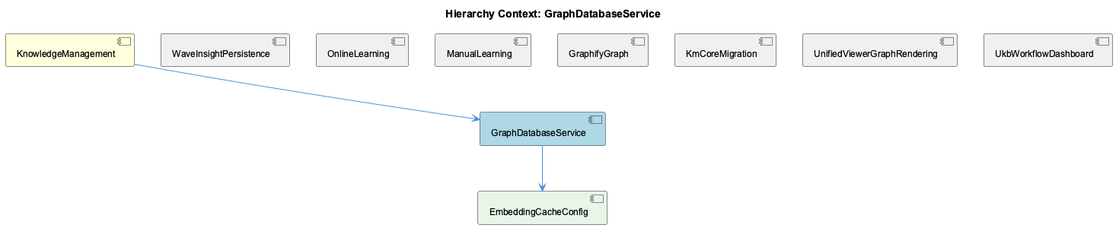
The PlantUML diagram knowledge-management/insights/images/graph-database-service-relationship.png in fwornle/coding, before a commit.
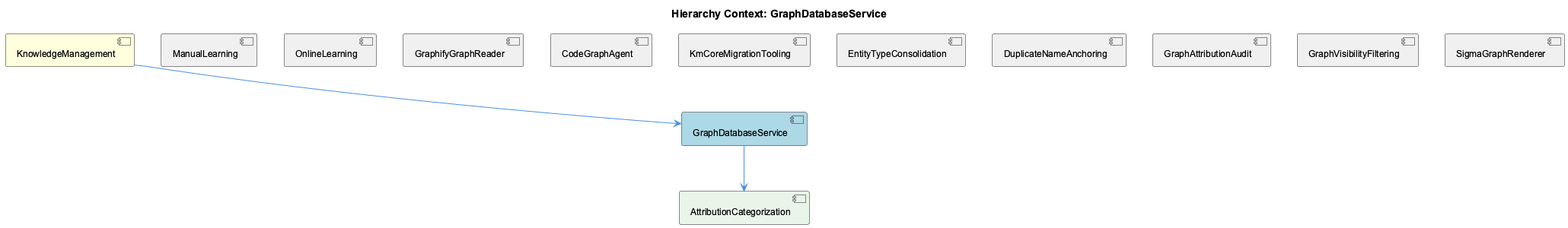
After the change.

Diff of the diagram source:
```diff
@@ -5,23 +5,29 @@
 
 [KnowledgeManagement] as knowledge_management #FFFFDD
 [GraphDatabaseService] as graph_database_service #LightBlue
-[WaveInsightPersistence] as wave_insight_persistence #F0F0F0
+[ManualLearning] as manual_learning #F0F0F0
 [OnlineLearning] as online_learning #F0F0F0
-[ManualLearning] as manual_learning #F0F0F0
-[GraphifyGraph] as graphify_graph #F0F0F0
-[KmCoreMigration] as km_core_migration #F0F0F0
-[UnifiedViewerGraphRendering] as unified_viewer_graph_rendering #F0F0F0
-[UkbWorkflowDashboard] as ukb_workflow_dashboard #F0F0F0
-[EmbeddingCacheConfig] as embedding_cache_config #E8F5E8
+[GraphifyGraphReader] as graphify_graph_reader #F0F0F0
+[CodeGraphAgent] as code_graph_agent #F0F0F0
+[KmCoreMigrationTooling] as km_core_migration_tooling #F0F0F0
+[EntityTypeConsolidation] as entity_type_consolidation #F0F0F0
+[DuplicateNameAnchoring] as duplicate_name_anchoring #F0F0F0
+[GraphAttributionAudit] as graph_attribution_audit #F0F0F0
+[GraphVisibilityFiltering] as graph_visibility_filtering #F0F0F0
+[SigmaGraphRenderer] as sigma_graph_renderer #F0F0F0
+[AttributionCategorization] as attribution_categorization #E8F5E8
 
 knowledge_management --> graph_database_service
-wave_insight_persistence -[hidden]- graph_database_service
+manual_learning -[hidden]- graph_database_service
 online_learning -[hidden]- graph_database_service
-manual_learning -[hidden]- graph_database_service
-graphify_graph -[hidden]- graph_database_service
-km_core_migration -[hidden]- graph_database_service
-unified_viewer_graph_rendering -[hidden]- graph_database_service
-ukb_workflow_dashboard -[hidden]- graph_database_service
-graph_database_service --> embedding_cache_config
+graphify_graph_reader -[hidden]- graph_database_service
+code_graph_agent -[hidden]- graph_database_service
+km_core_migration_tooling -[hidden]- graph_database_service
+entity_type_consolidation -[hidden]- graph_database_service
+duplicate_name_anchoring -[hidden]- graph_database_service
+graph_attribution_audit -[hidden]- graph_database_service
+graph_visibility_filtering -[hidden]- graph_database_service
+sigma_graph_renderer -[hidden]- graph_database_service
+graph_database_service --> attribution_categorization
 
 @enduml
```
